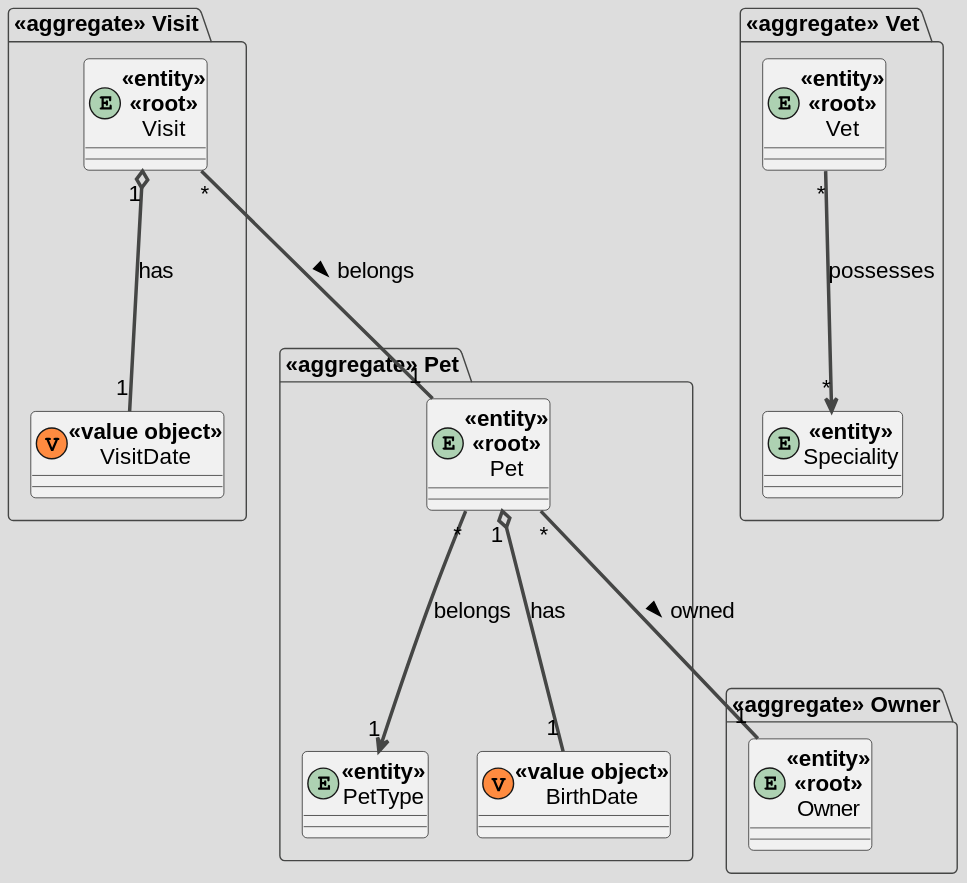
NunoMarmeleiro/spring-petclinic keeps this PlantUML diagram as docs/svg/DomainModel.svg. Above is the earlier version.
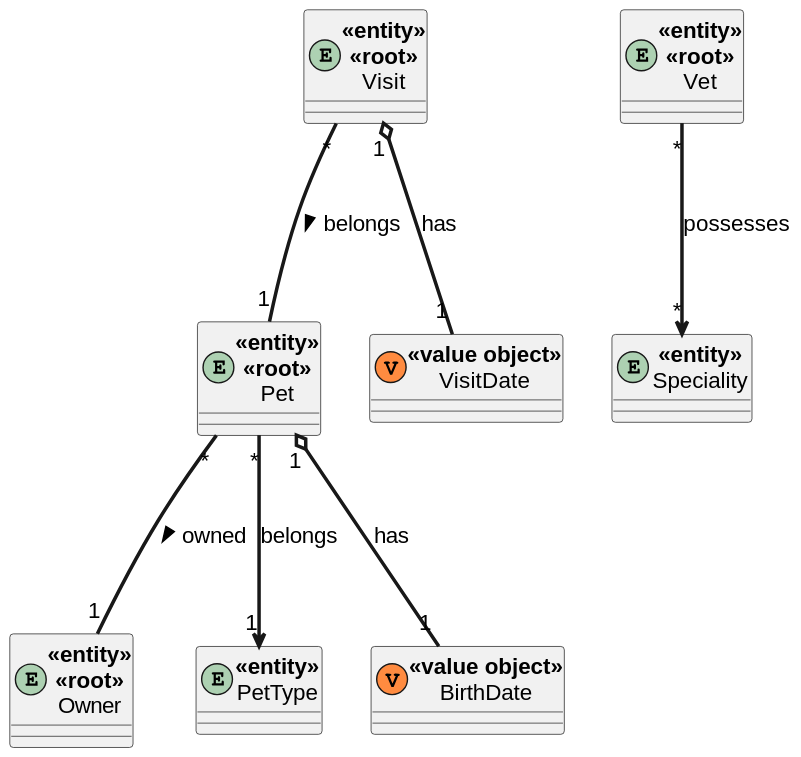
Above is the later version.

What changed in the source:
```diff
@@ -3,32 +3,29 @@
 skinparam DefaultFontSize 16
 skinparam DefaultFontStyle bold
 skinparam ArrowThickness 2.5
-!theme toy
 
 
-package "<<aggregate>> Owner"{
-    entity Owner <<entity>><<root>> {}
-}
 
-package "<<aggregate>> Pet"{
-    entity Pet <<entity>><<root>> {}
+entity Owner <<entity>><<root>> {}
 
-    entity PetType <<entity>> {}
 
-    class BirthDate <<(V,#FF8B40) value object>> {}
-}
+entity Pet <<entity>><<root>> {}
 
-package "<<aggregate>> Vet" {
-    entity Vet <<entity>><<root>> {}
+entity PetType <<entity>> {}
 
-    entity Speciality <<entity>> {}
-}
+class BirthDate <<(V,#FF8B40) value object>> {}
 
-package "<<aggregate>> Visit" {
-    entity Visit <<entity>><<root>> {}
 
-    class VisitDate <<(V,#FF8B40) value object>> {}
-}
+
+entity Vet <<entity>><<root>> {}
+
+entity Speciality <<entity>> {}
+
+
+entity Visit <<entity>><<root>> {}
+
+class VisitDate <<(V,#FF8B40) value object>> {}
+
 
 Pet "*" ---> "1" PetType: belongs
 Pet "1" o--- "1" BirthDate: has
```
